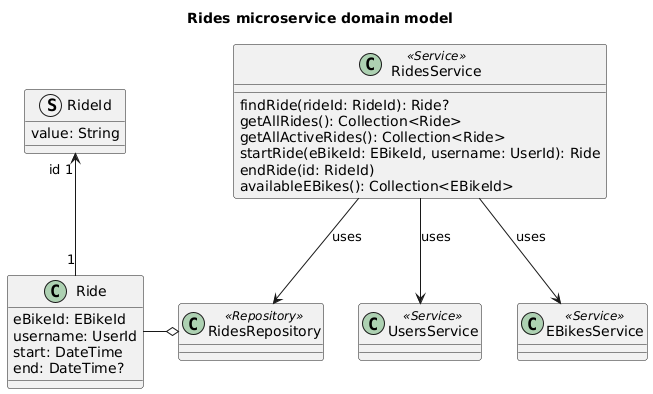
Earlier version of the PlantUML export doc/diagrams/rides-microservice-domain-model.png (Ventus218/SAP-assignment-02). Source of this version:
```plantuml
@startuml rides-microservice-domain-model

title Rides microservice domain model

class Ride {
    eBikeId: EBikeId
    username: UserId
    start: DateTime
    end: DateTime?
}
struct RideId {
    value: String
}
Ride "1" -u-> "id 1" RideId

class RidesRepository <<Repository>>
RidesRepository o-l- Ride

class UsersService <<Service>>
class EBikesService <<Service>>

class RidesService <<Service>> {
    findRide(rideId: RideId): Ride?
    getAllRides(): Collection<Ride>
    getAllActiveRides(): Collection<Ride>
    startRide(eBikeId: EBikeId, username: UserId): Ride
    endRide(id: RideId)
    availableEBikes(): Collection<EBikeId>
}

RidesService --> EBikesService : "uses"
RidesService --> UsersService : "uses"
RidesService --> RidesRepository : "uses"

@enduml
```
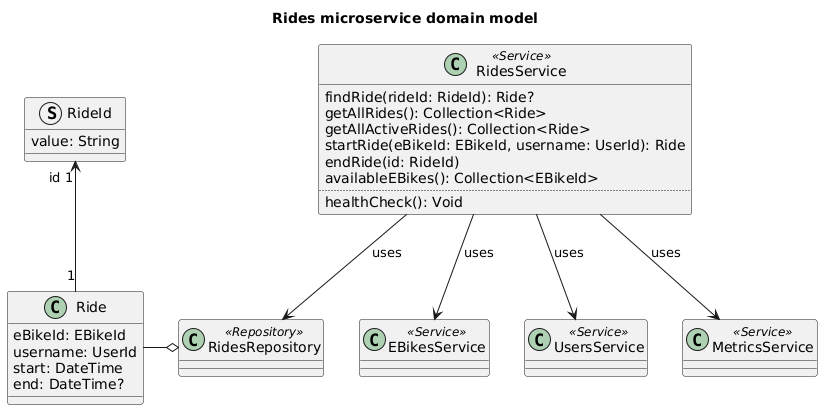
Later version of the same file.

The edit, as a diff of the source:
```diff
@@ -16,9 +16,6 @@
 class RidesRepository <<Repository>>
 RidesRepository o-l- Ride
 
-class UsersService <<Service>>
-class EBikesService <<Service>>
-
 class RidesService <<Service>> {
     findRide(rideId: RideId): Ride?
     getAllRides(): Collection<Ride>
@@ -26,10 +23,19 @@
     startRide(eBikeId: EBikeId, username: UserId): Ride
     endRide(id: RideId)
     availableEBikes(): Collection<EBikeId>
+    ..
+    healthCheck(): Void
 }
 
-RidesService --> EBikesService : "uses"
-RidesService --> UsersService : "uses"
 RidesService --> RidesRepository : "uses"
 
+class EBikesService <<Service>>
+RidesService --> EBikesService : "uses"
+
+class UsersService <<Service>>
+RidesService --> UsersService : "uses"
+
+class MetricsService <<Service>>
+RidesService --> MetricsService : "uses"
+
 @enduml
```
